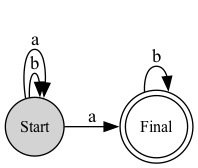
estebandonis/Proyecto1-TeoriaDeLaComputacion keeps this Graphviz diagram as pngs/dfa_graph_minimized.png. Above is the earlier version. Its source is kept beside it as pngs/dfa_graph_minimized.dot.
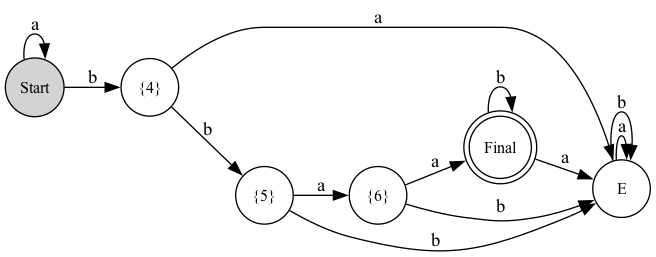
The same diagram one commit later.

What changed in the source:
```diff
@@ -1,29 +1,73 @@
 digraph G {
-	graph [bb="0,0,162.56,59.992",
+	graph [bb="0,0,281.11,129.47",
 		rankdir=LR
 	];
 	node [label="\N"];
-	Final	[fontsize=12,
-		height=0.75924,
-		pos="27.333,32.659",
-		shape=doublecircle,
-		width=0.75924];
-	Final -> Final	[label=b,
-		lp="76.041,32.659",
-		pos="e,54.326,25.924 54.326,39.395 64.385,39.615 72.666,37.37 72.666,32.659 72.666,29.936 69.898,28.037 65.619,26.961"];
 	Start	[fontsize=12,
 		height=0.61168,
-		pos="98.542,22.02",
+		pos="22.02,107.45",
 		shape=circle,
 		style=filled,
 		width=0.61168];
-	Start -> Final	[label=a,
-		lp="68.214,34.353",
-		pos="e,54.731,28.566 76.402,25.328 73.079,25.825 69.573,26.348 66.027,26.878"];
-	Start -> Start	[label=b,
-		lp="141.94,22.02",
-		pos="e,120.77,18.686 120.77,25.355 130.35,25.628 138.56,24.516 138.56,22.02 138.56,20.616 135.97,19.65 131.99,19.122"];
 	Start -> Start	[label=a,
-		lp="159.56,22.02",
-		pos="e,120.27,16.26 120.27,27.781 138.07,30.163 156.56,28.243 156.56,22.02 156.56,17.11 145.05,14.879 131.45,15.326"];
+		lp="65.041,107.45",
+		pos="e,43.431,100.84 43.431,114.07 53.363,114.79 62.041,112.59 62.041,107.45 62.041,104.49 59.14,102.5 54.774,101.49"];
+	"{4}"	[fontsize=12,
+		height=0.6,
+		pos="94.251,95.101",
+		shape=circle,
+		width=0.6];
+	Start -> "{4}"	[label=b,
+		lp="49.514,110.42",
+		pos="e,72.818,98.766 44.084,103.68 49.646,102.73 55.735,101.69 61.693,100.67"];
+	"{6}"	[fontsize=12,
+		height=0.6,
+		pos="225.39,86.486",
+		shape=circle,
+		width=0.6];
+	Final	[fontsize=12,
+		height=0.75924,
+		pos="229.02,27.333",
+		shape=doublecircle,
+		width=0.75924];
+	"{6}" -> Final	[label=a,
+		lp="223.75,56.062",
+		pos="e,227.34,54.788 226.74,64.46 226.75,64.361 226.75,64.262 226.76,64.164"];
+	E	[fontsize=12,
+		height=0.6,
+		pos="169.01,95.799",
+		shape=circle,
+		width=0.6];
+	"{6}" -> E	[label=b,
+		lp="199.35,98.48",
+		pos="e,190.49,92.25 203.75,90.06 203.07,90.172 202.39,90.285 201.7,90.399"];
+	Final -> Final	[label=b,
+		lp="277.73,27.333",
+		pos="e,256.02,20.598 256.02,34.068 266.08,34.289 274.36,32.044 274.36,27.333 274.36,24.609 271.59,22.71 267.31,21.635"];
+	Final -> E	[label=a,
+		lp="197.65,67.956",
+		pos="e,183.23,79.573 210.69,48.247 204.35,55.483 197.18,63.659 190.6,71.166"];
+	E -> E	[label=a,
+		lp="211.61,95.799",
+		pos="e,190.59,92.477 190.59,99.121 200.25,99.438 208.61,98.33 208.61,95.799 208.61,94.375 205.96,93.402 201.93,92.879"];
+	E -> E	[label=b,
+		lp="229.98,95.799",
+		pos="e,190.27,90.079 190.27,101.52 208.04,103.96 226.61,102.06 226.61,95.799 226.61,90.861 215.05,88.632 201.44,89.113"];
+	"{5}"	[fontsize=12,
+		height=0.6,
+		pos="143.56,42.623",
+		shape=circle,
+		width=0.6];
+	"{5}" -> "{6}"	[label=a,
+		lp="176.51,53.645",
+		pos="e,206.14,76.166 162.95,53.018 172.84,58.317 185.06,64.872 196.07,70.772"];
+	"{5}" -> E	[label=b,
+		lp="150.48,72.379",
+		pos="e,159.61,76.159 153.03,62.424 153.57,63.546 154.12,64.685 154.67,65.833"];
+	"{4}" -> E	[label=a,
+		lp="122.97,103.65",
+		pos="e,147.14,95.595 116.28,95.306 122.36,95.363 129.1,95.426 135.67,95.488"];
+	"{4}" -> "{5}"	[label=b,
+		lp="111.68,64.706",
+		pos="e,128.59,58.555 109.31,79.071 112.95,75.205 116.91,70.989 120.8,66.841"];
 }
```
